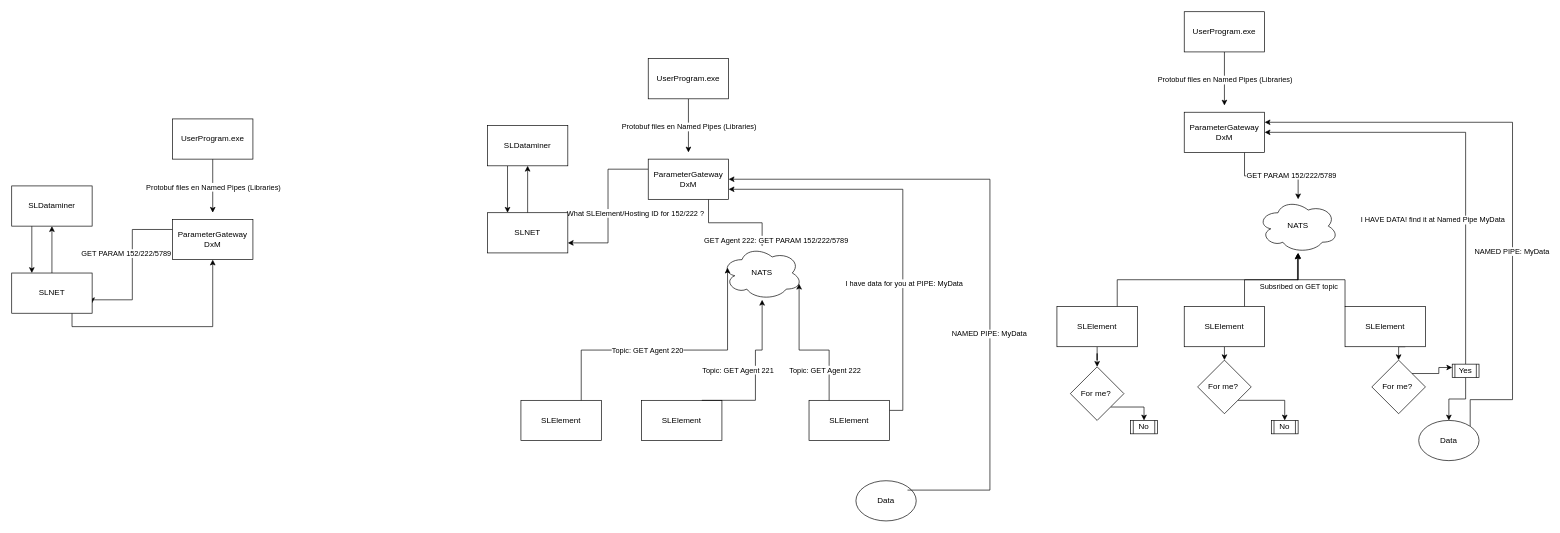
Above: KeystoneInternalCommunication.drawio in janstaelensskyline/DrawIO (draw.io), before the change. Source tidied: cells renumbered, new cells numbered last; positions are measured from the earlier drawing's top-left corner, leaving out a move shared by most shapes. Both pictures are drawn from the tidied source at 67%, with x=0, y=0 at pixel (11, 11).
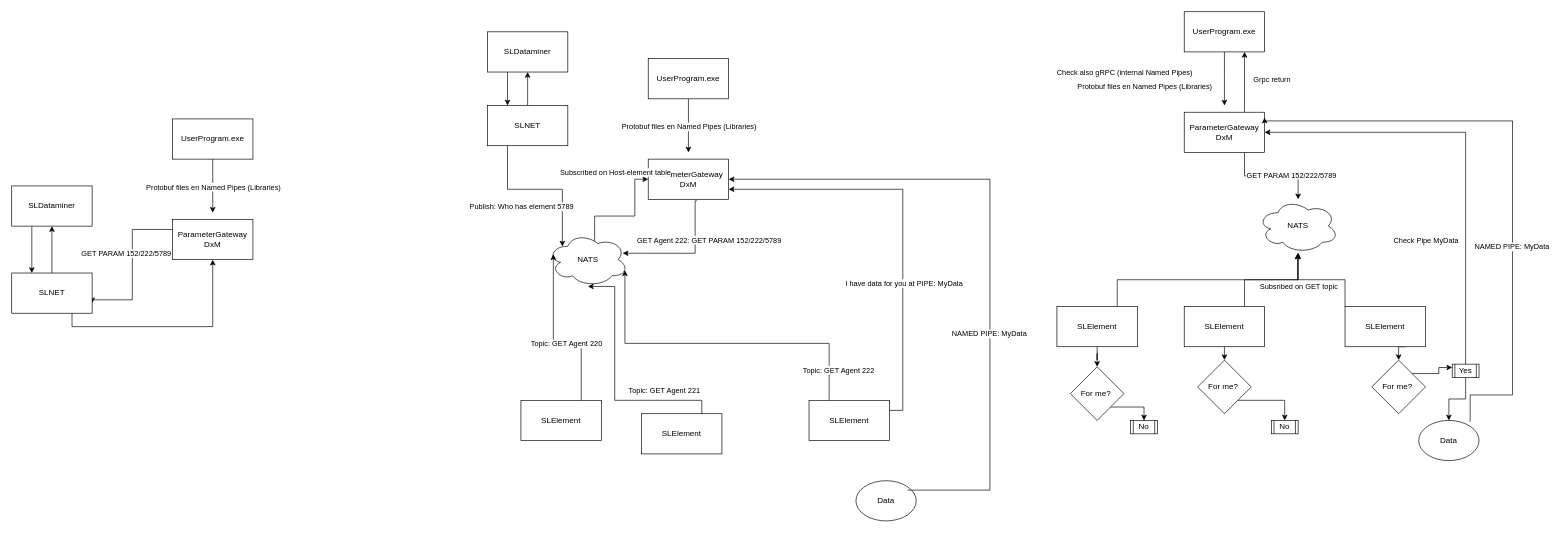
The same page after the edit.

The change refers to these unchanged cells:
```xml
<mxCell id="2" style="edgeStyle=orthogonalEdgeStyle;rounded=0;jettySize=auto;html=1;" parent="1" edge="1" source="4">
  <mxGeometry relative="1" as="geometry">
    <mxPoint x="1810" y="140" as="targetPoint" />
  </mxGeometry>
</mxCell>
<mxCell id="4" value="UserProgram.exe" style="rounded=0;whiteSpace=wrap;html=1;" parent="1" vertex="1">
  <mxGeometry x="1750" width="120" height="60" as="geometry" />
</mxCell>
<mxCell id="7" value="ParameterGateway DxM" style="rounded=0;whiteSpace=wrap;html=1;" parent="1" vertex="1">
  <mxGeometry x="1750" y="150" width="120" height="60" as="geometry" />
</mxCell>
<mxCell id="14" value="Data" style="ellipse;whiteSpace=wrap;html=1;" parent="1" vertex="1">
  <mxGeometry x="2100" y="610" width="90" height="60" as="geometry" />
</mxCell>
<mxCell id="16" style="edgeStyle=orthogonalEdgeStyle;rounded=0;jettySize=auto;html=1;exitX=0.5;exitY=0;exitDx=0;exitDy=0;entryX=1;entryY=0.5;entryDx=0;entryDy=0;" parent="1" edge="1" source="71" target="7">
  <mxGeometry relative="1" as="geometry">
    <Array as="points">
      <mxPoint x="2170" y="180" />
    </Array>
  </mxGeometry>
</mxCell>
<mxCell id="31" value="ParameterGateway DxM" style="rounded=0;whiteSpace=wrap;html=1;" parent="1" vertex="1">
  <mxGeometry x="950" y="220" width="120" height="60" as="geometry" />
</mxCell>
```

Diff of the diagram source:
```diff
@@
     <mxCell id="3" value="Protobuf files en Named Pipes (Libraries)" style="edgeLabel;html=1;align=center;verticalAlign=middle;" parent="2" vertex="1">
       <mxGeometry x="-0.24" relative="1" as="geometry">
-        <mxPoint y="10" as="offset" />
+        <mxPoint x="-120" y="20" as="offset" />
       </mxGeometry>
     </mxCell>
@@
+    <mxCell id="72" style="edgeStyle=orthogonalEdgeStyle;rounded=0;jettySize=auto;html=1;exitX=0.75;exitY=0;exitDx=0;exitDy=0;entryX=0.75;entryY=1;entryDx=0;entryDy=0;" parent="1" edge="1" source="7" target="4">
+      <mxGeometry relative="1" as="geometry" />
+    </mxCell>
+    <mxCell id="73" value="Grpc return" style="edgeLabel;html=1;align=center;verticalAlign=middle;" parent="72" vertex="1">
+      <mxGeometry x="0.22" relative="1" as="geometry">
+        <mxPoint x="40" y="5" as="offset" />
+      </mxGeometry>
+    </mxCell>
@@
-    <mxCell id="12" style="edgeStyle=orthogonalEdgeStyle;rounded=0;jettySize=auto;html=1;exitX=1;exitY=0;exitDx=0;exitDy=0;entryX=1;entryY=0.25;entryDx=0;entryDy=0;" parent="1" edge="1" source="14" target="7">
+    <mxCell id="12" style="edgeStyle=orthogonalEdgeStyle;rounded=0;orthogonalLoop=1;jettySize=auto;html=1;exitX=1;exitY=0;exitDx=0;exitDy=0;entryX=1;entryY=0.25;entryDx=0;entryDy=0;" parent="1" edge="1">
       <mxGeometry relative="1" as="geometry">
+        <mxPoint x="2176.8" y="611.8" as="sourcePoint" />
+        <mxPoint x="1870" y="158" as="targetPoint" />
         <Array as="points">
-          <mxPoint x="2240" y="579" />
-          <mxPoint x="2240" y="165" />
+          <mxPoint x="2177" y="572" />
+          <mxPoint x="2240" y="572" />
+          <mxPoint x="2240" y="163" />
+          <mxPoint x="1870" y="163" />
         </Array>
       </mxGeometry>
     </mxCell>
@@
-    <mxCell id="17" value="I HAVE DATA! find it at Named Pipe MyData" style="edgeLabel;html=1;align=center;verticalAlign=middle;" parent="16" vertex="1">
+    <mxCell id="17" value="Check Pipe MyData" style="edgeLabel;html=1;align=center;verticalAlign=middle;" parent="16" vertex="1">
       <mxGeometry x="-0.2" y="-1" relative="1" as="geometry">
-        <mxPoint x="-51" y="42" as="offset" />
+        <mxPoint x="-61" y="72" as="offset" />
       </mxGeometry>
     </mxCell>
@@
-    <mxCell id="27" style="edgeStyle=orthogonalEdgeStyle;rounded=0;jettySize=auto;html=1;exitX=0.75;exitY=1;exitDx=0;exitDy=0;" parent="1" edge="1" source="31" target="34">
-      <mxGeometry relative="1" as="geometry" />
+    <mxCell id="27" style="edgeStyle=orthogonalEdgeStyle;rounded=0;jettySize=auto;html=1;exitX=0.606;exitY=1.036;exitDx=0;exitDy=0;exitPerimeter=0;entryX=0.932;entryY=0.381;entryDx=0;entryDy=0;entryPerimeter=0;" parent="1" edge="1" source="31" target="34">
+      <mxGeometry relative="1" as="geometry">
+        <Array as="points">
+          <mxPoint x="1020" y="282" />
+          <mxPoint x="1020" y="361" />
+        </Array>
+      </mxGeometry>
     </mxCell>
     <mxCell id="28" value="GET Agent 222: GET PARAM 152/222/5789" style="edgeLabel;html=1;align=center;verticalAlign=middle;" parent="27" vertex="1">
       <mxGeometry x="0.39" y="2" relative="1" as="geometry">
-        <mxPoint x="31" y="27" as="offset" />
+        <mxPoint x="70" y="-22" as="offset" />
       </mxGeometry>
     </mxCell>
-    <mxCell id="29" style="edgeStyle=orthogonalEdgeStyle;rounded=0;jettySize=auto;html=1;exitX=0;exitY=0.25;exitDx=0;exitDy=0;entryX=1;entryY=0.75;entryDx=0;entryDy=0;" parent="1" edge="1" source="31" target="40">
-      <mxGeometry relative="1" as="geometry" />
-    </mxCell>
-    <mxCell id="30" value="What SLElement/Hosting ID for 152/222 ?" style="edgeLabel;html=1;align=center;verticalAlign=middle;" parent="29" vertex="1">
-      <mxGeometry x="0.04" relative="1" as="geometry">
-        <mxPoint x="40" y="5" as="offset" />
-      </mxGeometry>
-    </mxCell>
@@
     <mxCell id="32" value="SLElement" style="rounded=0;whiteSpace=wrap;html=1;" parent="1" vertex="1">
-      <mxGeometry x="940" y="580" width="120" height="60" as="geometry" />
+      <mxGeometry x="940" y="600" width="120" height="60" as="geometry" />
     </mxCell>
@@
+    <mxCell id="74" style="edgeStyle=orthogonalEdgeStyle;rounded=0;jettySize=auto;html=1;exitX=0.625;exitY=0.2;exitDx=0;exitDy=0;exitPerimeter=0;entryX=0;entryY=0.5;entryDx=0;entryDy=0;" parent="1" edge="1" source="34" target="31">
+      <mxGeometry relative="1" as="geometry">
+        <Array as="points">
+          <mxPoint x="870" y="346" />
+          <mxPoint x="870" y="305" />
+          <mxPoint x="930" y="305" />
+          <mxPoint x="930" y="250" />
+        </Array>
+      </mxGeometry>
+    </mxCell>
+    <mxCell id="75" value="Subscribed on Host-element table" style="edgeLabel;html=1;align=center;verticalAlign=middle;" parent="74" vertex="1">
+      <mxGeometry x="0.7" relative="1" as="geometry">
+        <mxPoint x="-30" y="-18" as="offset" />
+      </mxGeometry>
+    </mxCell>
     <mxCell id="34" value="NATS" style="ellipse;shape=cloud;whiteSpace=wrap;html=1;" parent="1" vertex="1">
-      <mxGeometry x="1060" y="350" width="120" height="80" as="geometry" />
+      <mxGeometry x="800" y="330" width="120" height="80" as="geometry" />
     </mxCell>
@@
     <mxCell id="40" value="SLNET" style="rounded=0;whiteSpace=wrap;html=1;" parent="1" vertex="1">
-      <mxGeometry x="710" y="300" width="120" height="60" as="geometry" />
+      <mxGeometry x="710" y="140" width="120" height="60" as="geometry" />
     </mxCell>
@@
     <mxCell id="42" value="SLDataminer" style="rounded=0;whiteSpace=wrap;html=1;" parent="1" vertex="1">
-      <mxGeometry x="710" y="170" width="120" height="60" as="geometry" />
+      <mxGeometry x="710" y="30" width="120" height="60" as="geometry" />
     </mxCell>
@@
     <mxCell id="45" style="edgeStyle=orthogonalEdgeStyle;rounded=0;jettySize=auto;html=1;exitX=0.75;exitY=0;exitDx=0;exitDy=0;entryX=0.5;entryY=1;entryDx=0;entryDy=0;entryPerimeter=0;" parent="1" edge="1" source="32" target="34">
       <mxGeometry relative="1" as="geometry">
         <Array as="points">
-          <mxPoint x="1110" y="580" />
-          <mxPoint x="1110" y="505" />
-          <mxPoint x="1120" y="505" />
+          <mxPoint x="900" y="580" />
+          <mxPoint x="900" y="410" />
         </Array>
       </mxGeometry>
     </mxCell>
@@
     <mxCell id="47" value="Topic: GET Agent 221" style="edgeLabel;html=1;align=center;verticalAlign=middle;" parent="1" vertex="1">
-      <mxGeometry x="1090" y="530" as="geometry">
+      <mxGeometry x="980" y="560" as="geometry">
         <mxPoint x="-7" y="4" as="offset" />
       </mxGeometry>
     </mxCell>
     <mxCell id="48" value="Topic: GET Agent 222" style="edgeLabel;html=1;align=center;verticalAlign=middle;" parent="1" vertex="1">
-      <mxGeometry x="1220" y="530" as="geometry">
+      <mxGeometry x="1240" y="530" as="geometry">
         <mxPoint x="-7" y="4" as="offset" />
       </mxGeometry>
     </mxCell>
@@
+    <mxCell id="76" style="edgeStyle=orthogonalEdgeStyle;rounded=0;jettySize=auto;html=1;exitX=0.25;exitY=1;exitDx=0;exitDy=0;entryX=0.182;entryY=0.256;entryDx=0;entryDy=0;entryPerimeter=0;" parent="1" edge="1" source="40" target="34">
+      <mxGeometry relative="1" as="geometry" />
+    </mxCell>
+    <mxCell id="77" value="Publish: Who has element 5789" style="edgeLabel;html=1;align=center;verticalAlign=middle;" parent="76" vertex="1">
+      <mxGeometry x="0.11" relative="1" as="geometry">
+        <mxPoint x="-44" y="25" as="offset" />
+      </mxGeometry>
+    </mxCell>
+    <mxCell id="78" value="Check also gRPC (internal Named Pipes)" style="edgeLabel;html=1;align=center;verticalAlign=middle;" parent="1" vertex="1">
+      <mxGeometry x="1660" y="90" as="geometry" />
+    </mxCell>
```
